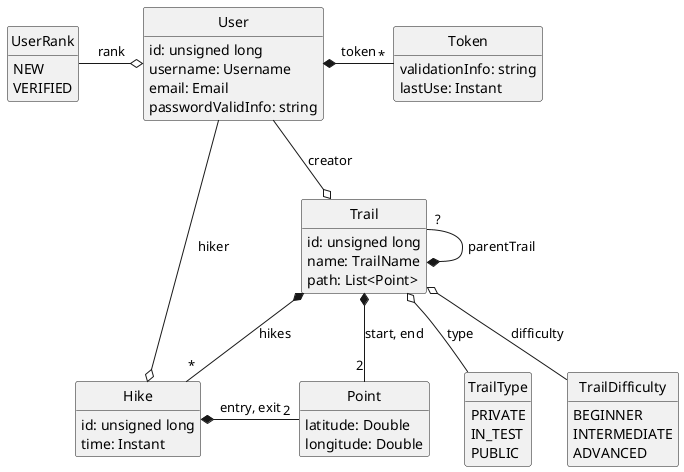
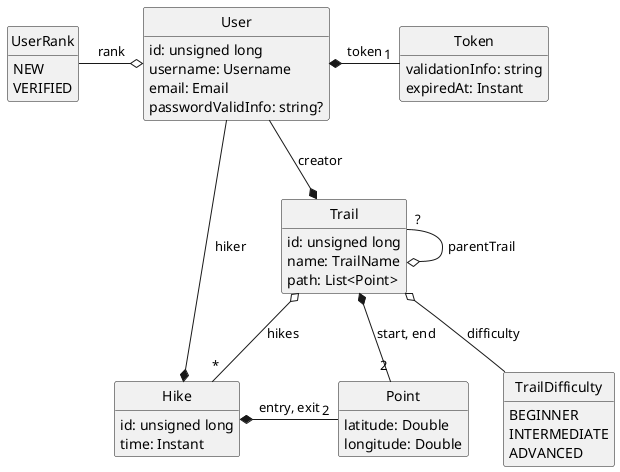
@startuml
hide empty members
hide circles

enum UserRank {
    NEW
    VERIFIED
}

class User {
    id: unsigned long
    username: Username
    email: Email
-     passwordValidInfo: string
+     passwordValidInfo: string?
}

class Token {
    validationInfo: string
-     lastUse: Instant
+     expiredAt: Instant
}

class Point {
    latitude: Double
    longitude: Double
- }
- 
- enum TrailType {
-     PRIVATE
-     IN_TEST
-     PUBLIC
}

enum TrailDifficulty {
    BEGINNER
    INTERMEDIATE
    ADVANCED
}

class Trail {
    id: unsigned long
    name: TrailName
    path: List<Point>
}

class Hike {
    id: unsigned long
    time: Instant
}

User o-left UserRank : rank
- User *- "*" Token : token
- User --o Trail : creator
- User --o Hike : hiker
+ User *- "1" Token : token
+ User --* Trail : creator
+ User --* Hike : hiker
Trail *-- "2" Point : "start, end"
- Trail o-- TrailType : type
Trail o-- TrailDifficulty : difficulty
- Trail *-- "*" Hike : hikes
- Trail "?" --* Trail : parentTrail
+ Trail o-- "*" Hike : hikes
+ Trail "?" --o Trail : parentTrail
Hike *- "2" Point : "entry, exit"

@enduml
